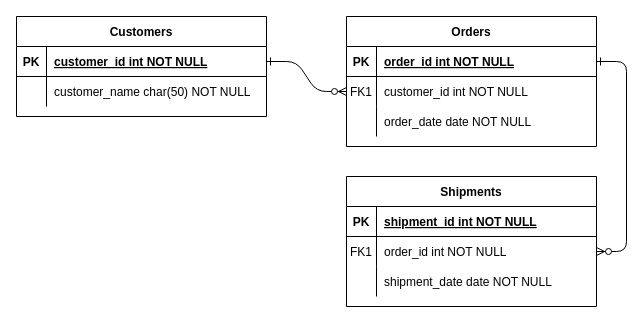
This is Untitled Diagram.drawio from Alphonsine44/Alphonsine-Ningabiye, a draw.io file, before an edit. Source tidied: cells renumbered, new cells numbered last; positions are measured from the earlier drawing's top-left corner, leaving out a move shared by most shapes. Both pictures are drawn from the tidied source at 100%, with x=0, y=0 at pixel (16, 16).
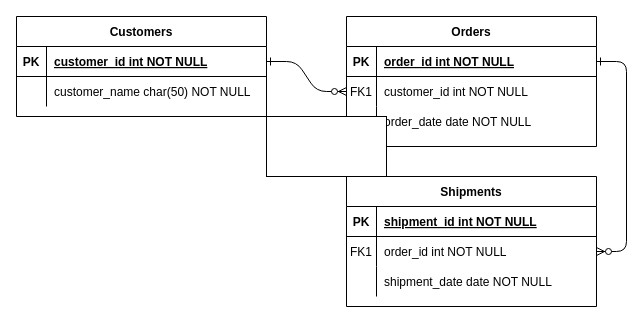
The same diagram, later.

The edit, as a diff of the source:
```diff
@@
+    <mxCell id="31" style="rounded=0;whiteSpace=wrap;html=1;" parent="1" vertex="1">
+      <mxGeometry x="250" y="100" width="120" height="60" as="geometry" />
+    </mxCell>
```
